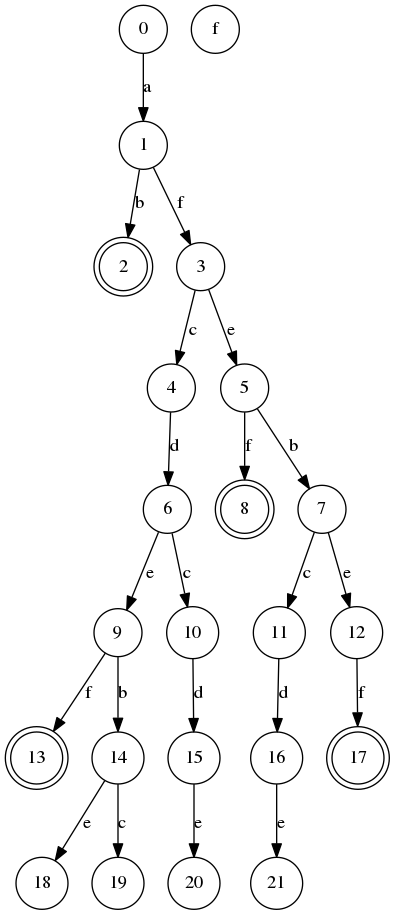
dvberkel/bergen keeps this Graphviz diagram as states.png. Above is the earlier version. Its source is kept beside it as states.dot.
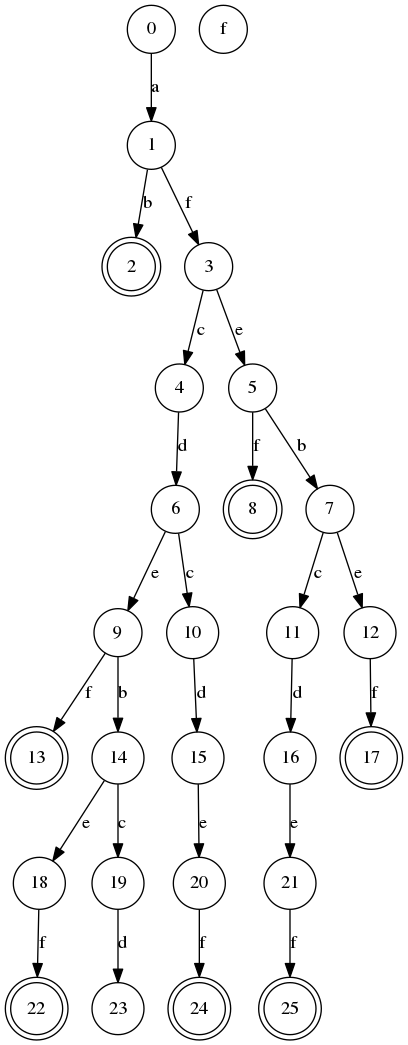
The same diagram one commit later.

Commit message:
Enter level 8

Diff of the diagram source:
```diff
@@ -4,6 +4,9 @@
   8 [shape=doublecircle];
   13 [shape=doublecircle];
   17 [shape=doublecircle];
+  22 [shape=doublecircle];
+  24 [shape=doublecircle];
+  25 [shape=doublecircle];
   0 -> 1 [label="a"];
   1 -> 2 [label="b"];
   1 -> 3 [label="f"];
@@ -25,5 +28,8 @@
   14 -> 19 [label="c"];
   15 -> 20 [label="e"];
   16 -> 21 [label="e"];
-
+  18 -> 22 [label="f"];
+  19 -> 23 [label="d"];
+  20 -> 24 [label="f"];
+  21 -> 25 [label="f"];
 }
```
